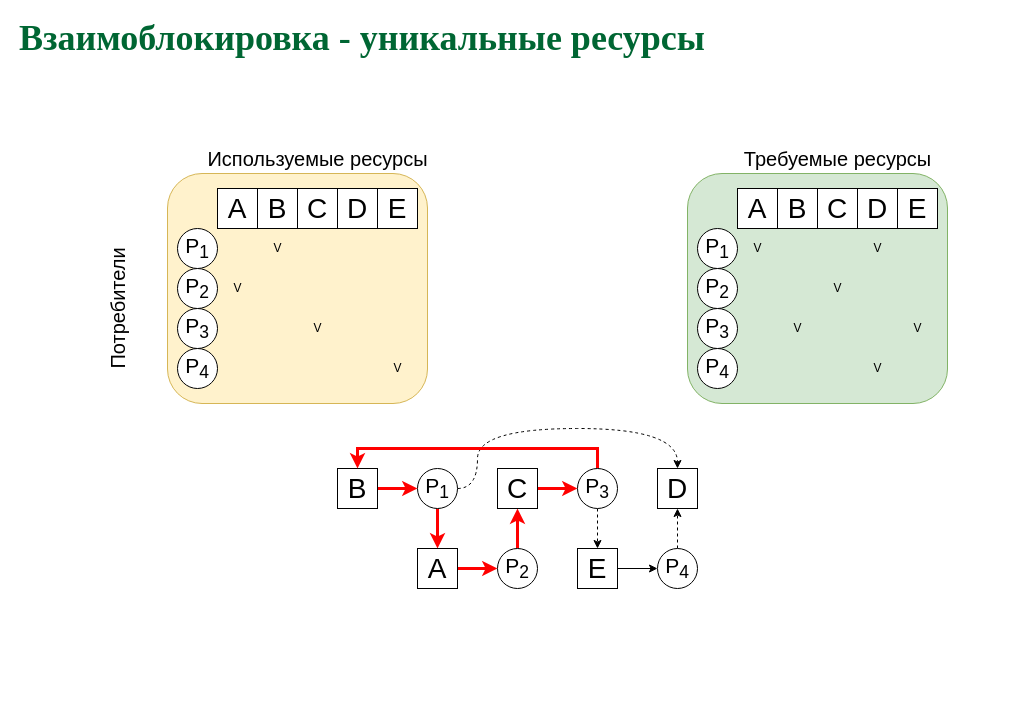
Earlier version of the draw.io diagram page "Deadlock" (6 of 12) of slides/deadlock.drawio (77maxikov/os_course). Source tidied: cells renumbered, new cells numbered last; positions are measured from the earlier drawing's top-left corner, leaving out a move shared by most shapes. Both pictures are drawn from the tidied source at 100%, with x=0, y=0 at pixel (17, 28).
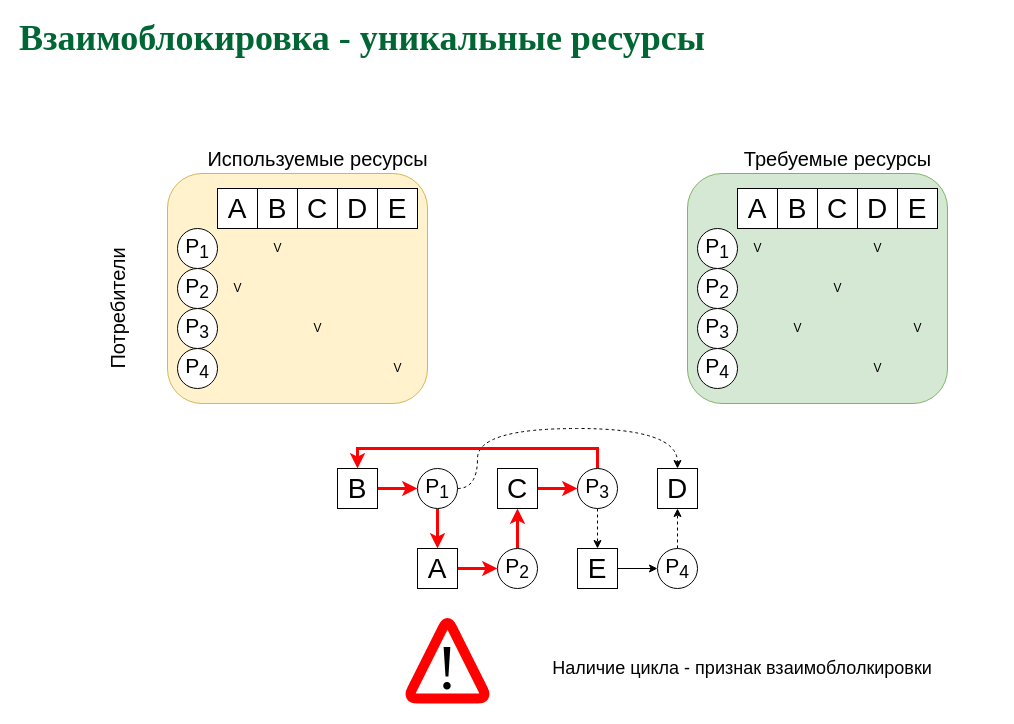
After the change.

What changed in the source:
```diff
@@
+    <mxCell id="56" value="&lt;font color=&quot;#000000&quot; style=&quot;font-size: 18px&quot;&gt;Наличие цикла - признак взаимоблолкировки&lt;br&gt;&lt;/font&gt;" style="text;html=1;strokeColor=none;fillColor=none;align=center;verticalAlign=middle;whiteSpace=wrap;rounded=0;fontColor=#006633;" parent="1" vertex="1">
+      <mxGeometry x="470" y="630" width="510" height="20" as="geometry" />
+    </mxCell>
+    <mxCell id="57" style="group;" parent="1" vertex="1">
+      <mxGeometry x="390" y="590" width="80" height="80" as="geometry" />
+    </mxCell>
+    <mxCell id="58" style="endArrow=none;html=1;strokeWidth=10;strokeColor=#FF0000;jumpStyle=arc;" parent="57" edge="1">
+      <mxGeometry relative="1" as="geometry">
+        <mxPoint x="40" y="80" as="sourcePoint" />
+        <mxPoint x="40" y="80" as="targetPoint" />
+        <Array as="points">
+          <mxPoint y="80" />
+          <mxPoint x="40" />
+          <mxPoint x="80" y="80" />
+        </Array>
+      </mxGeometry>
+    </mxCell>
+    <mxCell id="59" value="&lt;font style=&quot;font-size: 63px&quot;&gt;!&lt;/font&gt;" style="text;html=1;strokeColor=none;fillColor=none;align=center;verticalAlign=middle;whiteSpace=wrap;rounded=0;fontFamily=Times New Roman;" parent="57" vertex="1">
+      <mxGeometry x="20" y="40" width="40" height="20" as="geometry" />
+    </mxCell>
```
